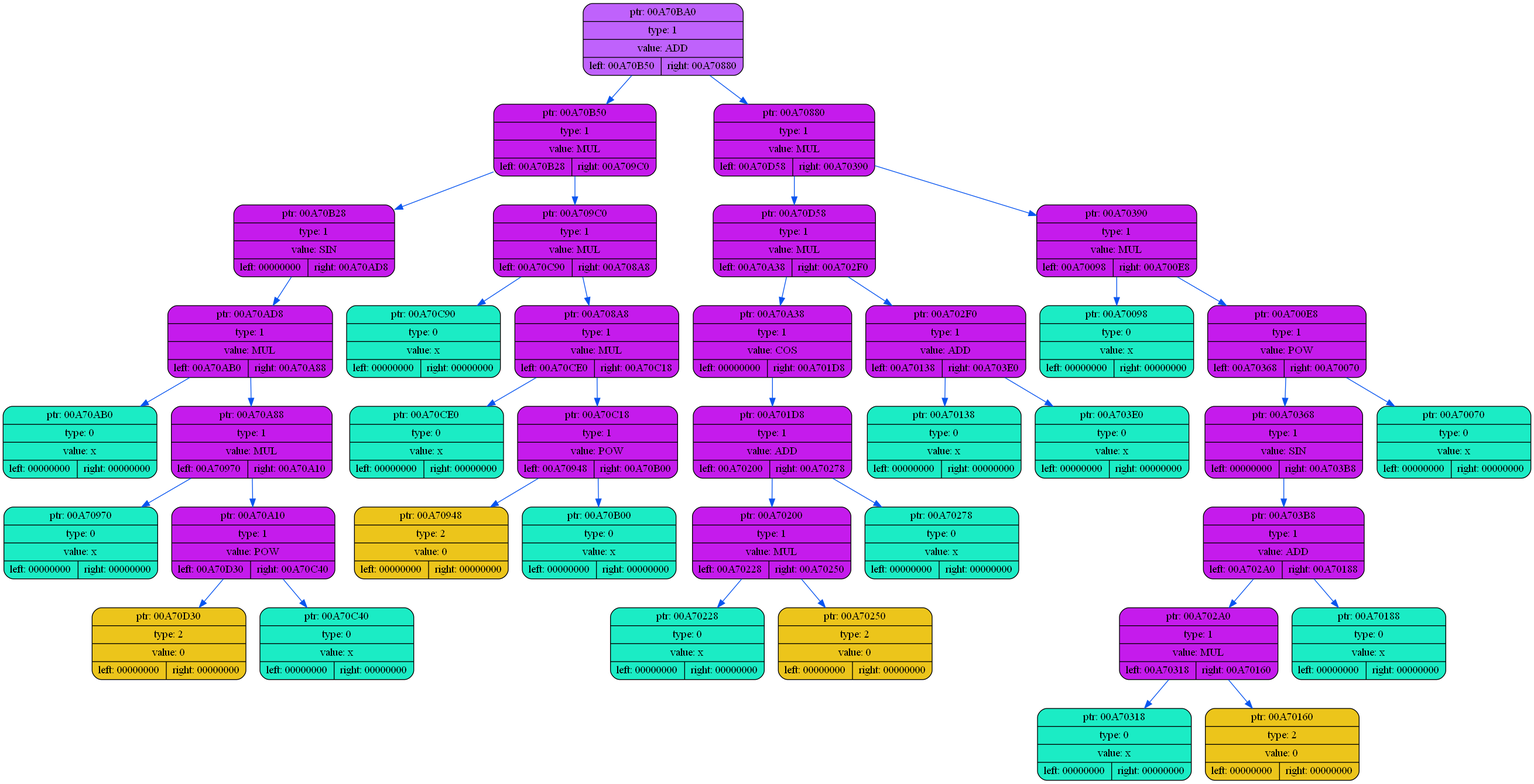
Above: dump/dump3.png in coffee8cat/differentiator (Graphviz), before the change. Its source is kept beside it as dump/dump3.dot.
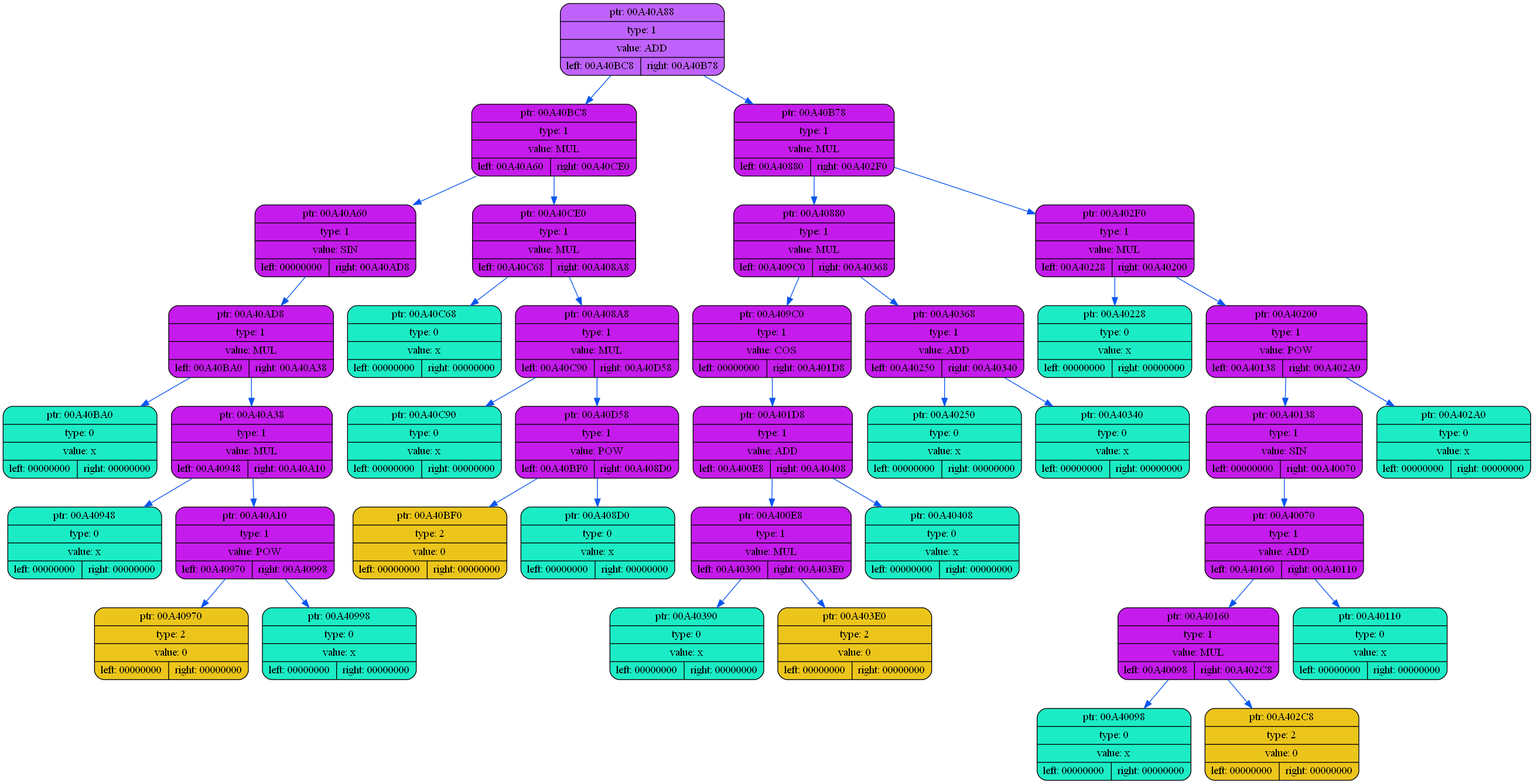
After the change.

Change to the diagram source:
```diff
@@ -2,79 +2,79 @@
 {
     rankdir=TP
 
-        node00A70BA0[shape=record,style="rounded,filled",fillcolor="#BF62FC",label="{ ptr: 00A70BA0 | type: 1 | value: ADD| { left: 00A70B50 | right: 00A70880 }}"];
-    node00A70BA0 -> node00A70B50[color="#0855F0"]
-    node00A70B50[shape=record,style="rounded,filled",fillcolor="#C51BEC",label="{ ptr: 00A70B50 | type: 1 | value: MUL| { left: 00A70B28 | right: 00A709C0 }}"];
-    node00A70B50 -> node00A70B28[color="#0855F0"]
-    node00A70B28[shape=record,style="rounded,filled",fillcolor="#C51BEC",label="{ ptr: 00A70B28 | type: 1 | value: SIN| { left: 00000000 | right: 00A70AD8 }}"];
-    node00A70B28 -> node00A70AD8[color="#0855F0"]
-    node00A70AD8[shape=record,style="rounded,filled",fillcolor="#C51BEC",label="{ ptr: 00A70AD8 | type: 1 | value: MUL| { left: 00A70AB0 | right: 00A70A88 }}"];
-    node00A70AD8 -> node00A70AB0[color="#0855F0"]
-    node00A70AB0[shape=record,style="rounded,filled",fillcolor="#1BECC5",label="{ ptr: 00A70AB0 | type: 0 | value: x| { left: 00000000 | right: 00000000 }}"];
-    node00A70AD8 -> node00A70A88[color="#0855F0"]
-    node00A70A88[shape=record,style="rounded,filled",fillcolor="#C51BEC",label="{ ptr: 00A70A88 | type: 1 | value: MUL| { left: 00A70970 | right: 00A70A10 }}"];
-    node00A70A88 -> node00A70970[color="#0855F0"]
-    node00A70970[shape=record,style="rounded,filled",fillcolor="#1BECC5",label="{ ptr: 00A70970 | type: 0 | value: x| { left: 00000000 | right: 00000000 }}"];
-    node00A70A88 -> node00A70A10[color="#0855F0"]
-    node00A70A10[shape=record,style="rounded,filled",fillcolor="#C51BEC",label="{ ptr: 00A70A10 | type: 1 | value: POW| { left: 00A70D30 | right: 00A70C40 }}"];
-    node00A70A10 -> node00A70D30[color="#0855F0"]
-    node00A70D30[shape=record,style="rounded,filled",fillcolor="#ECC51B",label="{ ptr: 00A70D30 | type: 2 | value: 0| { left: 00000000 | right: 00000000 }}"];
-    node00A70A10 -> node00A70C40[color="#0855F0"]
-    node00A70C40[shape=record,style="rounded,filled",fillcolor="#1BECC5",label="{ ptr: 00A70C40 | type: 0 | value: x| { left: 00000000 | right: 00000000 }}"];
-    node00A70B50 -> node00A709C0[color="#0855F0"]
-    node00A709C0[shape=record,style="rounded,filled",fillcolor="#C51BEC",label="{ ptr: 00A709C0 | type: 1 | value: MUL| { left: 00A70C90 | right: 00A708A8 }}"];
-    node00A709C0 -> node00A70C90[color="#0855F0"]
-    node00A70C90[shape=record,style="rounded,filled",fillcolor="#1BECC5",label="{ ptr: 00A70C90 | type: 0 | value: x| { left: 00000000 | right: 00000000 }}"];
-    node00A709C0 -> node00A708A8[color="#0855F0"]
-    node00A708A8[shape=record,style="rounded,filled",fillcolor="#C51BEC",label="{ ptr: 00A708A8 | type: 1 | value: MUL| { left: 00A70CE0 | right: 00A70C18 }}"];
-    node00A708A8 -> node00A70CE0[color="#0855F0"]
-    node00A70CE0[shape=record,style="rounded,filled",fillcolor="#1BECC5",label="{ ptr: 00A70CE0 | type: 0 | value: x| { left: 00000000 | right: 00000000 }}"];
-    node00A708A8 -> node00A70C18[color="#0855F0"]
-    node00A70C18[shape=record,style="rounded,filled",fillcolor="#C51BEC",label="{ ptr: 00A70C18 | type: 1 | value: POW| { left: 00A70948 | right: 00A70B00 }}"];
-    node00A70C18 -> node00A70948[color="#0855F0"]
-    node00A70948[shape=record,style="rounded,filled",fillcolor="#ECC51B",label="{ ptr: 00A70948 | type: 2 | value: 0| { left: 00000000 | right: 00000000 }}"];
-    node00A70C18 -> node00A70B00[color="#0855F0"]
-    node00A70B00[shape=record,style="rounded,filled",fillcolor="#1BECC5",label="{ ptr: 00A70B00 | type: 0 | value: x| { left: 00000000 | right: 00000000 }}"];
-    node00A70BA0 -> node00A70880[color="#0855F0"]
-    node00A70880[shape=record,style="rounded,filled",fillcolor="#C51BEC",label="{ ptr: 00A70880 | type: 1 | value: MUL| { left: 00A70D58 | right: 00A70390 }}"];
-    node00A70880 -> node00A70D58[color="#0855F0"]
-    node00A70D58[shape=record,style="rounded,filled",fillcolor="#C51BEC",label="{ ptr: 00A70D58 | type: 1 | value: MUL| { left: 00A70A38 | right: 00A702F0 }}"];
-    node00A70D58 -> node00A70A38[color="#0855F0"]
-    node00A70A38[shape=record,style="rounded,filled",fillcolor="#C51BEC",label="{ ptr: 00A70A38 | type: 1 | value: COS| { left: 00000000 | right: 00A701D8 }}"];
-    node00A70A38 -> node00A701D8[color="#0855F0"]
-    node00A701D8[shape=record,style="rounded,filled",fillcolor="#C51BEC",label="{ ptr: 00A701D8 | type: 1 | value: ADD| { left: 00A70200 | right: 00A70278 }}"];
-    node00A701D8 -> node00A70200[color="#0855F0"]
-    node00A70200[shape=record,style="rounded,filled",fillcolor="#C51BEC",label="{ ptr: 00A70200 | type: 1 | value: MUL| { left: 00A70228 | right: 00A70250 }}"];
-    node00A70200 -> node00A70228[color="#0855F0"]
-    node00A70228[shape=record,style="rounded,filled",fillcolor="#1BECC5",label="{ ptr: 00A70228 | type: 0 | value: x| { left: 00000000 | right: 00000000 }}"];
-    node00A70200 -> node00A70250[color="#0855F0"]
-    node00A70250[shape=record,style="rounded,filled",fillcolor="#ECC51B",label="{ ptr: 00A70250 | type: 2 | value: 0| { left: 00000000 | right: 00000000 }}"];
-    node00A701D8 -> node00A70278[color="#0855F0"]
-    node00A70278[shape=record,style="rounded,filled",fillcolor="#1BECC5",label="{ ptr: 00A70278 | type: 0 | value: x| { left: 00000000 | right: 00000000 }}"];
-    node00A70D58 -> node00A702F0[color="#0855F0"]
-    node00A702F0[shape=record,style="rounded,filled",fillcolor="#C51BEC",label="{ ptr: 00A702F0 | type: 1 | value: ADD| { left: 00A70138 | right: 00A703E0 }}"];
-    node00A702F0 -> node00A70138[color="#0855F0"]
-    node00A70138[shape=record,style="rounded,filled",fillcolor="#1BECC5",label="{ ptr: 00A70138 | type: 0 | value: x| { left: 00000000 | right: 00000000 }}"];
-    node00A702F0 -> node00A703E0[color="#0855F0"]
-    node00A703E0[shape=record,style="rounded,filled",fillcolor="#1BECC5",label="{ ptr: 00A703E0 | type: 0 | value: x| { left: 00000000 | right: 00000000 }}"];
-    node00A70880 -> node00A70390[color="#0855F0"]
-    node00A70390[shape=record,style="rounded,filled",fillcolor="#C51BEC",label="{ ptr: 00A70390 | type: 1 | value: MUL| { left: 00A70098 | right: 00A700E8 }}"];
-    node00A70390 -> node00A70098[color="#0855F0"]
-    node00A70098[shape=record,style="rounded,filled",fillcolor="#1BECC5",label="{ ptr: 00A70098 | type: 0 | value: x| { left: 00000000 | right: 00000000 }}"];
-    node00A70390 -> node00A700E8[color="#0855F0"]
-    node00A700E8[shape=record,style="rounded,filled",fillcolor="#C51BEC",label="{ ptr: 00A700E8 | type: 1 | value: POW| { left: 00A70368 | right: 00A70070 }}"];
-    node00A700E8 -> node00A70368[color="#0855F0"]
-    node00A70368[shape=record,style="rounded,filled",fillcolor="#C51BEC",label="{ ptr: 00A70368 | type: 1 | value: SIN| { left: 00000000 | right: 00A703B8 }}"];
-    node00A70368 -> node00A703B8[color="#0855F0"]
-    node00A703B8[shape=record,style="rounded,filled",fillcolor="#C51BEC",label="{ ptr: 00A703B8 | type: 1 | value: ADD| { left: 00A702A0 | right: 00A70188 }}"];
-    node00A703B8 -> node00A702A0[color="#0855F0"]
-    node00A702A0[shape=record,style="rounded,filled",fillcolor="#C51BEC",label="{ ptr: 00A702A0 | type: 1 | value: MUL| { left: 00A70318 | right: 00A70160 }}"];
-    node00A702A0 -> node00A70318[color="#0855F0"]
-    node00A70318[shape=record,style="rounded,filled",fillcolor="#1BECC5",label="{ ptr: 00A70318 | type: 0 | value: x| { left: 00000000 | right: 00000000 }}"];
-    node00A702A0 -> node00A70160[color="#0855F0"]
-    node00A70160[shape=record,style="rounded,filled",fillcolor="#ECC51B",label="{ ptr: 00A70160 | type: 2 | value: 0| { left: 00000000 | right: 00000000 }}"];
-    node00A703B8 -> node00A70188[color="#0855F0"]
-    node00A70188[shape=record,style="rounded,filled",fillcolor="#1BECC5",label="{ ptr: 00A70188 | type: 0 | value: x| { left: 00000000 | right: 00000000 }}"];
-    node00A700E8 -> node00A70070[color="#0855F0"]
-    node00A70070[shape=record,style="rounded,filled",fillcolor="#1BECC5",label="{ ptr: 00A70070 | type: 0 | value: x| { left: 00000000 | right: 00000000 }}"];
+        node00A40A88[shape=record,style="rounded,filled",fillcolor="#BF62FC",label="{ ptr: 00A40A88 | type: 1 | value: ADD| { left: 00A40BC8 | right: 00A40B78 }}"];
+    node00A40A88 -> node00A40BC8[color="#0855F0"]
+    node00A40BC8[shape=record,style="rounded,filled",fillcolor="#C51BEC",label="{ ptr: 00A40BC8 | type: 1 | value: MUL| { left: 00A40A60 | right: 00A40CE0 }}"];
+    node00A40BC8 -> node00A40A60[color="#0855F0"]
+    node00A40A60[shape=record,style="rounded,filled",fillcolor="#C51BEC",label="{ ptr: 00A40A60 | type: 1 | value: SIN| { left: 00000000 | right: 00A40AD8 }}"];
+    node00A40A60 -> node00A40AD8[color="#0855F0"]
+    node00A40AD8[shape=record,style="rounded,filled",fillcolor="#C51BEC",label="{ ptr: 00A40AD8 | type: 1 | value: MUL| { left: 00A40BA0 | right: 00A40A38 }}"];
+    node00A40AD8 -> node00A40BA0[color="#0855F0"]
+    node00A40BA0[shape=record,style="rounded,filled",fillcolor="#1BECC5",label="{ ptr: 00A40BA0 | type: 0 | value: x| { left: 00000000 | right: 00000000 }}"];
+    node00A40AD8 -> node00A40A38[color="#0855F0"]
+    node00A40A38[shape=record,style="rounded,filled",fillcolor="#C51BEC",label="{ ptr: 00A40A38 | type: 1 | value: MUL| { left: 00A40948 | right: 00A40A10 }}"];
+    node00A40A38 -> node00A40948[color="#0855F0"]
+    node00A40948[shape=record,style="rounded,filled",fillcolor="#1BECC5",label="{ ptr: 00A40948 | type: 0 | value: x| { left: 00000000 | right: 00000000 }}"];
+    node00A40A38 -> node00A40A10[color="#0855F0"]
+    node00A40A10[shape=record,style="rounded,filled",fillcolor="#C51BEC",label="{ ptr: 00A40A10 | type: 1 | value: POW| { left: 00A40970 | right: 00A40998 }}"];
+    node00A40A10 -> node00A40970[color="#0855F0"]
+    node00A40970[shape=record,style="rounded,filled",fillcolor="#ECC51B",label="{ ptr: 00A40970 | type: 2 | value: 0| { left: 00000000 | right: 00000000 }}"];
+    node00A40A10 -> node00A40998[color="#0855F0"]
+    node00A40998[shape=record,style="rounded,filled",fillcolor="#1BECC5",label="{ ptr: 00A40998 | type: 0 | value: x| { left: 00000000 | right: 00000000 }}"];
+    node00A40BC8 -> node00A40CE0[color="#0855F0"]
+    node00A40CE0[shape=record,style="rounded,filled",fillcolor="#C51BEC",label="{ ptr: 00A40CE0 | type: 1 | value: MUL| { left: 00A40C68 | right: 00A408A8 }}"];
+    node00A40CE0 -> node00A40C68[color="#0855F0"]
+    node00A40C68[shape=record,style="rounded,filled",fillcolor="#1BECC5",label="{ ptr: 00A40C68 | type: 0 | value: x| { left: 00000000 | right: 00000000 }}"];
+    node00A40CE0 -> node00A408A8[color="#0855F0"]
+    node00A408A8[shape=record,style="rounded,filled",fillcolor="#C51BEC",label="{ ptr: 00A408A8 | type: 1 | value: MUL| { left: 00A40C90 | right: 00A40D58 }}"];
+    node00A408A8 -> node00A40C90[color="#0855F0"]
+    node00A40C90[shape=record,style="rounded,filled",fillcolor="#1BECC5",label="{ ptr: 00A40C90 | type: 0 | value: x| { left: 00000000 | right: 00000000 }}"];
+    node00A408A8 -> node00A40D58[color="#0855F0"]
+    node00A40D58[shape=record,style="rounded,filled",fillcolor="#C51BEC",label="{ ptr: 00A40D58 | type: 1 | value: POW| { left: 00A40BF0 | right: 00A408D0 }}"];
+    node00A40D58 -> node00A40BF0[color="#0855F0"]
+    node00A40BF0[shape=record,style="rounded,filled",fillcolor="#ECC51B",label="{ ptr: 00A40BF0 | type: 2 | value: 0| { left: 00000000 | right: 00000000 }}"];
+    node00A40D58 -> node00A408D0[color="#0855F0"]
+    node00A408D0[shape=record,style="rounded,filled",fillcolor="#1BECC5",label="{ ptr: 00A408D0 | type: 0 | value: x| { left: 00000000 | right: 00000000 }}"];
+    node00A40A88 -> node00A40B78[color="#0855F0"]
+    node00A40B78[shape=record,style="rounded,filled",fillcolor="#C51BEC",label="{ ptr: 00A40B78 | type: 1 | value: MUL| { left: 00A40880 | right: 00A402F0 }}"];
+    node00A40B78 -> node00A40880[color="#0855F0"]
+    node00A40880[shape=record,style="rounded,filled",fillcolor="#C51BEC",label="{ ptr: 00A40880 | type: 1 | value: MUL| { left: 00A409C0 | right: 00A40368 }}"];
+    node00A40880 -> node00A409C0[color="#0855F0"]
+    node00A409C0[shape=record,style="rounded,filled",fillcolor="#C51BEC",label="{ ptr: 00A409C0 | type: 1 | value: COS| { left: 00000000 | right: 00A401D8 }}"];
+    node00A409C0 -> node00A401D8[color="#0855F0"]
+    node00A401D8[shape=record,style="rounded,filled",fillcolor="#C51BEC",label="{ ptr: 00A401D8 | type: 1 | value: ADD| { left: 00A400E8 | right: 00A40408 }}"];
+    node00A401D8 -> node00A400E8[color="#0855F0"]
+    node00A400E8[shape=record,style="rounded,filled",fillcolor="#C51BEC",label="{ ptr: 00A400E8 | type: 1 | value: MUL| { left: 00A40390 | right: 00A403E0 }}"];
+    node00A400E8 -> node00A40390[color="#0855F0"]
+    node00A40390[shape=record,style="rounded,filled",fillcolor="#1BECC5",label="{ ptr: 00A40390 | type: 0 | value: x| { left: 00000000 | right: 00000000 }}"];
+    node00A400E8 -> node00A403E0[color="#0855F0"]
+    node00A403E0[shape=record,style="rounded,filled",fillcolor="#ECC51B",label="{ ptr: 00A403E0 | type: 2 | value: 0| { left: 00000000 | right: 00000000 }}"];
+    node00A401D8 -> node00A40408[color="#0855F0"]
+    node00A40408[shape=record,style="rounded,filled",fillcolor="#1BECC5",label="{ ptr: 00A40408 | type: 0 | value: x| { left: 00000000 | right: 00000000 }}"];
+    node00A40880 -> node00A40368[color="#0855F0"]
+    node00A40368[shape=record,style="rounded,filled",fillcolor="#C51BEC",label="{ ptr: 00A40368 | type: 1 | value: ADD| { left: 00A40250 | right: 00A40340 }}"];
+    node00A40368 -> node00A40250[color="#0855F0"]
+    node00A40250[shape=record,style="rounded,filled",fillcolor="#1BECC5",label="{ ptr: 00A40250 | type: 0 | value: x| { left: 00000000 | right: 00000000 }}"];
+    node00A40368 -> node00A40340[color="#0855F0"]
+    node00A40340[shape=record,style="rounded,filled",fillcolor="#1BECC5",label="{ ptr: 00A40340 | type: 0 | value: x| { left: 00000000 | right: 00000000 }}"];
+    node00A40B78 -> node00A402F0[color="#0855F0"]
+    node00A402F0[shape=record,style="rounded,filled",fillcolor="#C51BEC",label="{ ptr: 00A402F0 | type: 1 | value: MUL| { left: 00A40228 | right: 00A40200 }}"];
+    node00A402F0 -> node00A40228[color="#0855F0"]
+    node00A40228[shape=record,style="rounded,filled",fillcolor="#1BECC5",label="{ ptr: 00A40228 | type: 0 | value: x| { left: 00000000 | right: 00000000 }}"];
+    node00A402F0 -> node00A40200[color="#0855F0"]
+    node00A40200[shape=record,style="rounded,filled",fillcolor="#C51BEC",label="{ ptr: 00A40200 | type: 1 | value: POW| { left: 00A40138 | right: 00A402A0 }}"];
+    node00A40200 -> node00A40138[color="#0855F0"]
+    node00A40138[shape=record,style="rounded,filled",fillcolor="#C51BEC",label="{ ptr: 00A40138 | type: 1 | value: SIN| { left: 00000000 | right: 00A40070 }}"];
+    node00A40138 -> node00A40070[color="#0855F0"]
+    node00A40070[shape=record,style="rounded,filled",fillcolor="#C51BEC",label="{ ptr: 00A40070 | type: 1 | value: ADD| { left: 00A40160 | right: 00A40110 }}"];
+    node00A40070 -> node00A40160[color="#0855F0"]
+    node00A40160[shape=record,style="rounded,filled",fillcolor="#C51BEC",label="{ ptr: 00A40160 | type: 1 | value: MUL| { left: 00A40098 | right: 00A402C8 }}"];
+    node00A40160 -> node00A40098[color="#0855F0"]
+    node00A40098[shape=record,style="rounded,filled",fillcolor="#1BECC5",label="{ ptr: 00A40098 | type: 0 | value: x| { left: 00000000 | right: 00000000 }}"];
+    node00A40160 -> node00A402C8[color="#0855F0"]
+    node00A402C8[shape=record,style="rounded,filled",fillcolor="#ECC51B",label="{ ptr: 00A402C8 | type: 2 | value: 0| { left: 00000000 | right: 00000000 }}"];
+    node00A40070 -> node00A40110[color="#0855F0"]
+    node00A40110[shape=record,style="rounded,filled",fillcolor="#1BECC5",label="{ ptr: 00A40110 | type: 0 | value: x| { left: 00000000 | right: 00000000 }}"];
+    node00A40200 -> node00A402A0[color="#0855F0"]
+    node00A402A0[shape=record,style="rounded,filled",fillcolor="#1BECC5",label="{ ptr: 00A402A0 | type: 0 | value: x| { left: 00000000 | right: 00000000 }}"];
 }
```
